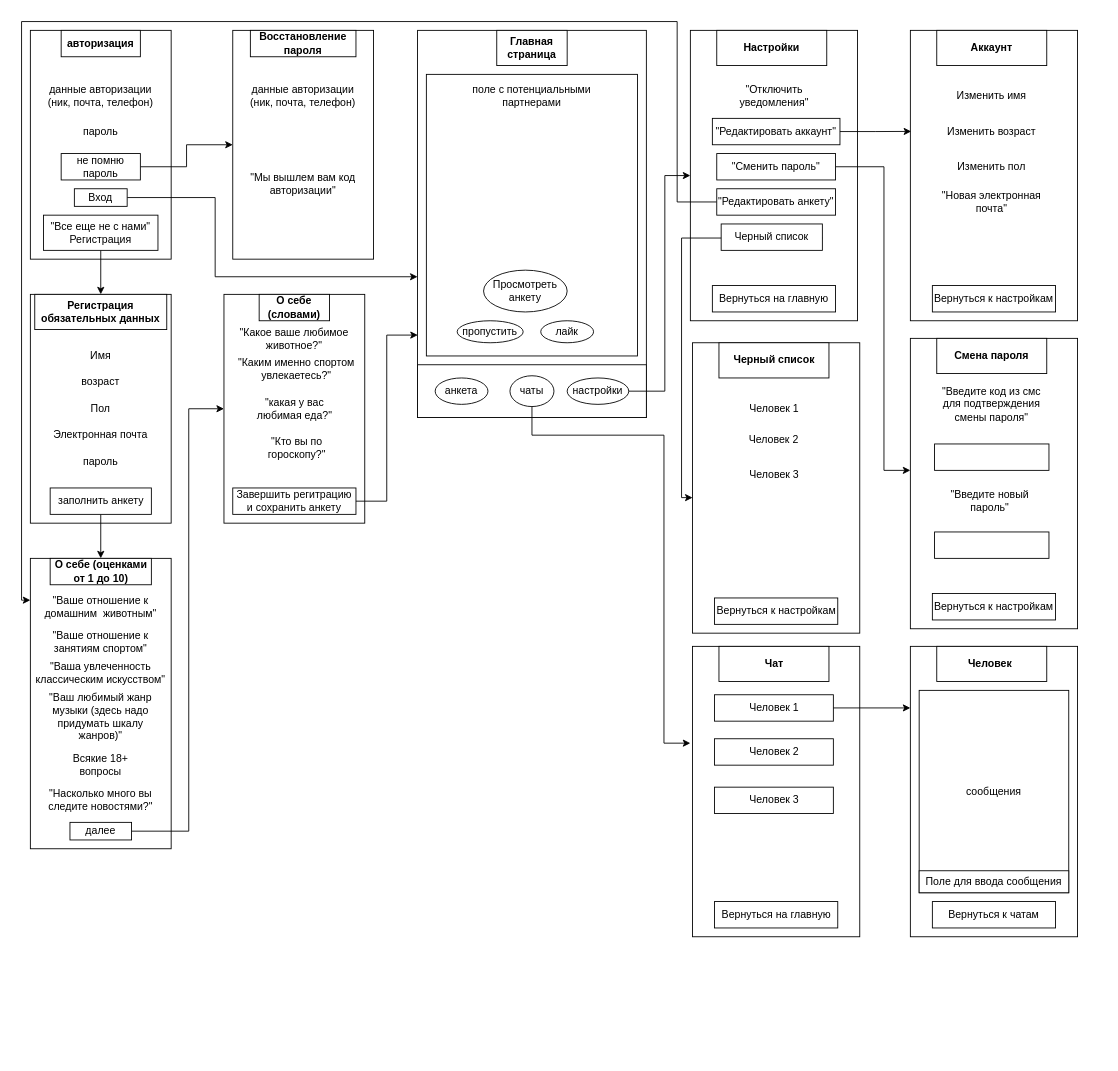
This is Копия Карта приложения.drawio from OskarGaliullin231-329/tinder-analog, a draw.io file, before an edit. Source tidied: cells renumbered, new cells numbered last; positions are measured from the earlier drawing's top-left corner, leaving out a move shared by most shapes. Both pictures are drawn from the tidied source at 88%, with x=0, y=0 at pixel (21, 21).
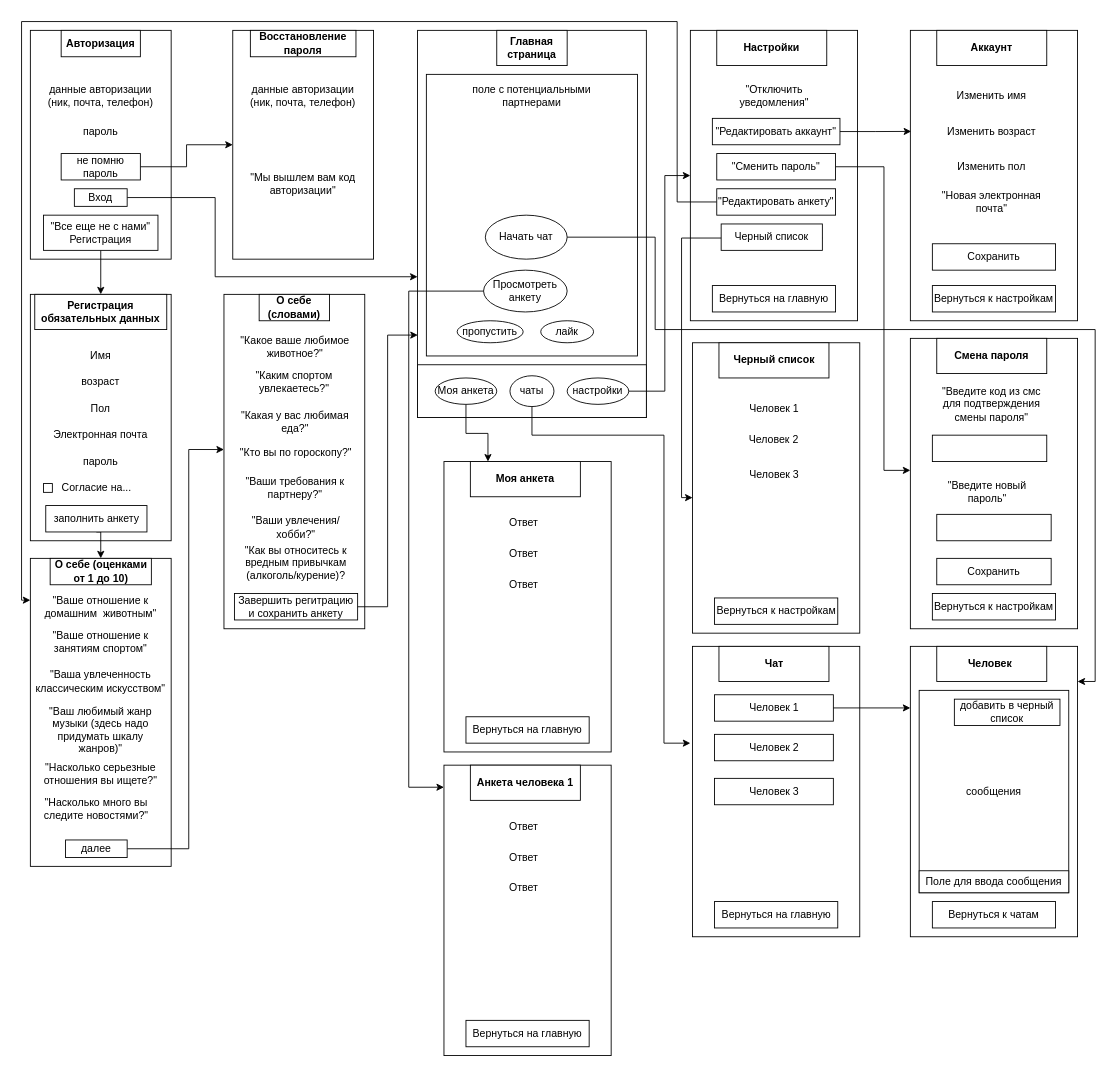
The same diagram, later.

Unchanged cells that the change refers to:
```xml
<mxCell id="87" value="Просмотреть анкету" style="ellipse;whiteSpace=wrap;html=1;" parent="1" vertex="1">
  <mxGeometry x="525" y="282.5" width="95" height="47.5" as="geometry" />
</mxCell>
<mxCell id="92" style="rounded=0;whiteSpace=wrap;html=1;" parent="1" vertex="1">
  <mxGeometry x="1010" y="710" width="190" height="330" as="geometry" />
</mxCell>
```

The edit, as a diff of the source:
```diff
@@
-    <mxCell id="3" value="&lt;b&gt;авторизация&lt;/b&gt;" style="rounded=0;whiteSpace=wrap;html=1;" parent="1" vertex="1">
+    <mxCell id="3" value="&lt;b&gt;Авторизация&lt;/b&gt;" style="rounded=0;whiteSpace=wrap;html=1;" parent="1" vertex="1">
       <mxGeometry x="45" y="10" width="90" height="30" as="geometry" />
     </mxCell>
@@
     <mxCell id="14" style="rounded=0;whiteSpace=wrap;html=1;" parent="1" vertex="1">
-      <mxGeometry x="10" y="310" width="160" height="260" as="geometry" />
+      <mxGeometry x="10" y="310" width="160" height="280" as="geometry" />
     </mxCell>
@@
     <mxCell id="21" style="rounded=0;whiteSpace=wrap;html=1;" parent="1" vertex="1">
-      <mxGeometry x="230" y="310" width="160" height="260" as="geometry" />
+      <mxGeometry x="230" y="310" width="160" height="380" as="geometry" />
     </mxCell>
@@
     <mxCell id="23" value="заполнить анкету" style="rounded=0;whiteSpace=wrap;html=1;" parent="1" vertex="1">
-      <mxGeometry x="32.5" y="530" width="115" height="30" as="geometry" />
+      <mxGeometry x="27.5" y="550" width="115" height="30" as="geometry" />
     </mxCell>
@@
     <mxCell id="30" value="&quot;Какое ваше любимое животное?&quot;" style="text;html=1;strokeColor=none;fillColor=none;align=center;verticalAlign=middle;whiteSpace=wrap;rounded=0;" parent="1" vertex="1">
-      <mxGeometry x="245" y="350" width="130" height="21" as="geometry" />
+      <mxGeometry x="245.9" y="359" width="130" height="21" as="geometry" />
     </mxCell>
     <mxCell id="31" value="Завершить регитрацию и сохранить анкету" style="rounded=0;whiteSpace=wrap;html=1;" parent="1" vertex="1">
-      <mxGeometry x="240" y="530" width="140" height="30" as="geometry" />
+      <mxGeometry x="241.9" y="650" width="140" height="30" as="geometry" />
     </mxCell>
     <mxCell id="32" style="rounded=0;whiteSpace=wrap;html=1;" parent="1" vertex="1">
-      <mxGeometry x="10" y="610" width="160" height="330" as="geometry" />
+      <mxGeometry x="10" y="610" width="160" height="350" as="geometry" />
     </mxCell>
@@
-    <mxCell id="34" value="&quot;Каким именно спортом увлекаетесь?&quot;" style="text;html=1;strokeColor=none;fillColor=none;align=center;verticalAlign=middle;whiteSpace=wrap;rounded=0;" parent="1" vertex="1">
-      <mxGeometry x="245" y="380" width="135" height="30" as="geometry" />
+    <mxCell id="34" value="&quot;Каким спортом увлекаетесь?&quot;" style="text;html=1;strokeColor=none;fillColor=none;align=center;verticalAlign=middle;whiteSpace=wrap;rounded=0;" parent="1" vertex="1">
+      <mxGeometry x="240" y="395" width="140" height="30" as="geometry" />
     </mxCell>
-    <mxCell id="35" style="edgeStyle=orthogonalEdgeStyle;rounded=0;jettySize=auto;html=1;exitX=1;exitY=0.5;exitDx=0;exitDy=0;entryX=0;entryY=0.5;entryDx=0;entryDy=0;" parent="1" edge="1" source="36" target="21">
+    <mxCell id="35" style="edgeStyle=orthogonalEdgeStyle;rounded=0;jettySize=auto;html=1;exitX=1;exitY=0.5;exitDx=0;exitDy=0;entryX=0;entryY=0.464;entryDx=0;entryDy=0;entryPerimeter=0;" parent="1" edge="1" source="36" target="21">
       <mxGeometry relative="1" as="geometry">
         <Array as="points">
-          <mxPoint x="190" y="920" />
-          <mxPoint x="190" y="440" />
+          <mxPoint x="190" y="940" />
+          <mxPoint x="190" y="486" />
         </Array>
       </mxGeometry>
     </mxCell>
     <mxCell id="36" value="далее" style="rounded=0;whiteSpace=wrap;html=1;" parent="1" vertex="1">
-      <mxGeometry x="55" y="910" width="70" height="20" as="geometry" />
+      <mxGeometry x="50" y="930" width="70" height="20" as="geometry" />
     </mxCell>
@@
     <mxCell id="39" value="&quot;Ваша увлеченность классическим искусством&quot;" style="text;html=1;strokeColor=none;fillColor=none;align=center;verticalAlign=middle;whiteSpace=wrap;rounded=0;" parent="1" vertex="1">
-      <mxGeometry x="15" y="720" width="150" height="40" as="geometry" />
+      <mxGeometry x="15" y="730" width="150" height="40" as="geometry" />
     </mxCell>
     <mxCell id="40" value="&quot;Ваш любимый жанр музыки (здесь надо придумать шкалу жанров)&quot;" style="text;html=1;strokeColor=none;fillColor=none;align=center;verticalAlign=middle;whiteSpace=wrap;rounded=0;" parent="1" vertex="1">
-      <mxGeometry x="20" y="765" width="140" height="50" as="geometry" />
+      <mxGeometry x="20" y="780" width="140" height="50" as="geometry" />
     </mxCell>
-    <mxCell id="41" value="Всякие 18+ вопросы" style="text;html=1;strokeColor=none;fillColor=none;align=center;verticalAlign=middle;whiteSpace=wrap;rounded=0;" parent="1" vertex="1">
-      <mxGeometry x="50" y="830" width="80" height="30" as="geometry" />
+    <mxCell id="41" value="&quot;Насколько серьезные отношения вы ищете?&quot;" style="text;html=1;strokeColor=none;fillColor=none;align=center;verticalAlign=middle;whiteSpace=wrap;rounded=0;" parent="1" vertex="1">
+      <mxGeometry x="20" y="840" width="140" height="30" as="geometry" />
     </mxCell>
-    <mxCell id="42" value="&quot;какая у вас любимая еда?&quot;" style="text;html=1;strokeColor=none;fillColor=none;align=center;verticalAlign=middle;whiteSpace=wrap;rounded=0;" parent="1" vertex="1">
-      <mxGeometry x="263.8" y="420" width="92.5" height="40" as="geometry" />
+    <mxCell id="42" value="&quot;Какая у вас любимая еда?&quot;" style="text;html=1;strokeColor=none;fillColor=none;align=center;verticalAlign=middle;whiteSpace=wrap;rounded=0;" parent="1" vertex="1">
+      <mxGeometry x="241.9" y="435" width="138.1" height="40" as="geometry" />
     </mxCell>
     <mxCell id="43" value="&quot;Кто вы по гороскопу?&quot;" style="text;html=1;strokeColor=none;fillColor=none;align=center;verticalAlign=middle;whiteSpace=wrap;rounded=0;" parent="1" vertex="1">
-      <mxGeometry x="272.5" y="470" width="80" height="30" as="geometry" />
+      <mxGeometry x="243.1" y="475" width="137.5" height="30" as="geometry" />
     </mxCell>
     <mxCell id="44" value="&quot;Насколько много вы следите новостями?&quot;" style="text;html=1;strokeColor=none;fillColor=none;align=center;verticalAlign=middle;whiteSpace=wrap;rounded=0;" parent="1" vertex="1">
-      <mxGeometry x="25" y="870" width="130" height="30" as="geometry" />
+      <mxGeometry x="20" y="880" width="130" height="30" as="geometry" />
     </mxCell>
@@
+    <mxCell id="100" style="edgeStyle=orthogonalEdgeStyle;rounded=0;jettySize=auto;html=1;" parent="1" edge="1" source="52" target="105">
+      <mxGeometry relative="1" as="geometry">
+        <Array as="points">
+          <mxPoint x="505" y="468" />
+          <mxPoint x="530" y="468" />
+        </Array>
+      </mxGeometry>
+    </mxCell>
-    <mxCell id="52" value="анкета" style="ellipse;whiteSpace=wrap;html=1;" parent="1" vertex="1">
-      <mxGeometry x="470" y="405" width="60" height="30" as="geometry" />
+    <mxCell id="52" value="Моя анкета" style="ellipse;whiteSpace=wrap;html=1;" parent="1" vertex="1">
+      <mxGeometry x="470" y="405" width="70" height="30" as="geometry" />
     </mxCell>
@@
     <mxCell id="78" style="rounded=0;whiteSpace=wrap;html=1;strokeColor=#000000;" parent="1" vertex="1">
-      <mxGeometry x="1037.5" y="480" width="130" height="30" as="geometry" />
+      <mxGeometry x="1035" y="470" width="130" height="30" as="geometry" />
     </mxCell>
     <mxCell id="79" value="&quot;Введите новый пароль&quot;" style="rounded=0;whiteSpace=wrap;html=1;strokeColor=#FFFFFF;" parent="1" vertex="1">
-      <mxGeometry x="1032.5" y="530" width="135" height="30" as="geometry" />
+      <mxGeometry x="1030" y="520" width="135" height="30" as="geometry" />
     </mxCell>
     <mxCell id="80" style="rounded=0;whiteSpace=wrap;html=1;strokeColor=#000000;" parent="1" vertex="1">
-      <mxGeometry x="1037.5" y="580" width="130" height="30" as="geometry" />
+      <mxGeometry x="1040" y="560" width="130" height="30" as="geometry" />
     </mxCell>
@@
+    <mxCell id="101" style="edgeStyle=orthogonalEdgeStyle;rounded=0;jettySize=auto;html=1;entryX=0;entryY=0.076;entryDx=0;entryDy=0;entryPerimeter=0;" parent="1" edge="1" source="87" target="111">
+      <mxGeometry relative="1" as="geometry">
+        <Array as="points">
+          <mxPoint x="440" y="306" />
+          <mxPoint x="440" y="870" />
+        </Array>
+      </mxGeometry>
+    </mxCell>
@@
     <mxCell id="96" value="Человек 2" style="rounded=0;whiteSpace=wrap;html=1;strokeColor=#000000;" parent="1" vertex="1">
-      <mxGeometry x="787.5" y="815" width="135" height="30" as="geometry" />
+      <mxGeometry x="787.5" y="810" width="135" height="30" as="geometry" />
     </mxCell>
     <mxCell id="97" value="Человек 3" style="rounded=0;whiteSpace=wrap;html=1;strokeColor=#000000;" parent="1" vertex="1">
-      <mxGeometry x="787.5" y="870" width="135" height="30" as="geometry" />
+      <mxGeometry x="787.5" y="860" width="135" height="30" as="geometry" />
     </mxCell>
@@
+    <mxCell id="102" value="&quot;Ваши требования к партнеру?&quot;" style="text;html=1;strokeColor=none;fillColor=none;align=center;verticalAlign=middle;whiteSpace=wrap;rounded=0;" parent="1" vertex="1">
+      <mxGeometry x="239.1" y="515" width="143.8" height="30" as="geometry" />
+    </mxCell>
+    <mxCell id="103" value="&quot;Ваши увлечения/хобби?&quot;" style="text;html=1;strokeColor=none;fillColor=none;align=center;verticalAlign=middle;whiteSpace=wrap;rounded=0;" parent="1" vertex="1">
+      <mxGeometry x="240" y="560" width="143.8" height="30" as="geometry" />
+    </mxCell>
+    <mxCell id="104" value="&quot;Как вы относитесь к вредным привычкам (алкоголь/курение)?" style="text;html=1;strokeColor=none;fillColor=none;align=center;verticalAlign=middle;whiteSpace=wrap;rounded=0;" parent="1" vertex="1">
+      <mxGeometry x="240" y="600" width="143.8" height="30" as="geometry" />
+    </mxCell>
+    <mxCell id="105" style="rounded=0;whiteSpace=wrap;html=1;" parent="1" vertex="1">
+      <mxGeometry x="480" y="500" width="190" height="330" as="geometry" />
+    </mxCell>
+    <mxCell id="106" value="&lt;b&gt;Моя анкета&lt;/b&gt;" style="rounded=0;whiteSpace=wrap;html=1;" parent="1" vertex="1">
+      <mxGeometry x="510" y="500" width="125" height="40" as="geometry" />
+    </mxCell>
+    <mxCell id="107" value="Вернуться на главную" style="rounded=0;whiteSpace=wrap;html=1;" parent="1" vertex="1">
+      <mxGeometry x="505" y="790" width="140" height="30" as="geometry" />
+    </mxCell>
+    <mxCell id="108" value="Ответ&amp;nbsp;" style="rounded=0;whiteSpace=wrap;html=1;strokeColor=#FFFFFF;" parent="1" vertex="1">
+      <mxGeometry x="505" y="555" width="135" height="30" as="geometry" />
+    </mxCell>
+    <mxCell id="109" value="Ответ&amp;nbsp;" style="rounded=0;whiteSpace=wrap;html=1;strokeColor=#FFFFFF;" parent="1" vertex="1">
+      <mxGeometry x="505" y="590" width="135" height="30" as="geometry" />
+    </mxCell>
+    <mxCell id="110" value="Ответ&amp;nbsp;" style="rounded=0;whiteSpace=wrap;html=1;strokeColor=#FFFFFF;" parent="1" vertex="1">
+      <mxGeometry x="505" y="625" width="135" height="30" as="geometry" />
+    </mxCell>
+    <mxCell id="111" style="rounded=0;whiteSpace=wrap;html=1;" parent="1" vertex="1">
+      <mxGeometry x="480" y="845" width="190" height="330" as="geometry" />
+    </mxCell>
+    <mxCell id="112" value="&lt;b&gt;Анкета человека 1&lt;/b&gt;" style="rounded=0;whiteSpace=wrap;html=1;" parent="1" vertex="1">
+      <mxGeometry x="510" y="845" width="125" height="40" as="geometry" />
+    </mxCell>
+    <mxCell id="113" value="Вернуться на главную" style="rounded=0;whiteSpace=wrap;html=1;" parent="1" vertex="1">
+      <mxGeometry x="505" y="1135" width="140" height="30" as="geometry" />
+    </mxCell>
+    <mxCell id="114" value="Ответ&amp;nbsp;" style="rounded=0;whiteSpace=wrap;html=1;strokeColor=#FFFFFF;" parent="1" vertex="1">
+      <mxGeometry x="505" y="900" width="135" height="30" as="geometry" />
+    </mxCell>
+    <mxCell id="115" value="Ответ&amp;nbsp;" style="rounded=0;whiteSpace=wrap;html=1;strokeColor=#FFFFFF;" parent="1" vertex="1">
+      <mxGeometry x="505" y="935" width="135" height="30" as="geometry" />
+    </mxCell>
+    <mxCell id="116" value="Ответ&amp;nbsp;" style="rounded=0;whiteSpace=wrap;html=1;strokeColor=#FFFFFF;" parent="1" vertex="1">
+      <mxGeometry x="505" y="970" width="135" height="30" as="geometry" />
+    </mxCell>
+    <mxCell id="117" value="Начать чат" style="ellipse;whiteSpace=wrap;html=1;" parent="1" vertex="1">
+      <mxGeometry x="527" y="220" width="93" height="50" as="geometry" />
+    </mxCell>
+    <mxCell id="118" style="edgeStyle=orthogonalEdgeStyle;rounded=0;jettySize=auto;html=1;exitX=1;exitY=0.5;exitDx=0;exitDy=0;entryX=1;entryY=0.121;entryDx=0;entryDy=0;entryPerimeter=0;" parent="1" edge="1" source="117" target="92">
+      <mxGeometry relative="1" as="geometry">
+        <Array as="points">
+          <mxPoint x="720" y="245" />
+          <mxPoint x="720" y="350" />
+          <mxPoint x="1220" y="350" />
+          <mxPoint x="1220" y="750" />
+        </Array>
+      </mxGeometry>
+    </mxCell>
+    <mxCell id="119" value="добавить в черный список" style="rounded=0;whiteSpace=wrap;html=1;" parent="1" vertex="1">
+      <mxGeometry x="1060" y="770" width="120" height="30" as="geometry" />
+    </mxCell>
+    <mxCell id="120" value="Согласие на..." style="text;html=1;strokeColor=none;fillColor=none;align=center;verticalAlign=middle;whiteSpace=wrap;rounded=0;" parent="1" vertex="1">
+      <mxGeometry x="42.5" y="520" width="85" height="20" as="geometry" />
+    </mxCell>
+    <mxCell id="121" style="whiteSpace=wrap;html=1;" parent="1" vertex="1">
+      <mxGeometry x="25" y="525" width="10" height="10" as="geometry" />
+    </mxCell>
+    <mxCell id="122" value="Сохранить" style="rounded=0;whiteSpace=wrap;html=1;" parent="1" vertex="1">
+      <mxGeometry x="1035" y="252.5" width="140" height="30" as="geometry" />
+    </mxCell>
+    <mxCell id="123" value="Сохранить" style="rounded=0;whiteSpace=wrap;html=1;" parent="1" vertex="1">
+      <mxGeometry x="1040" y="610" width="130" height="30" as="geometry" />
+    </mxCell>
```
